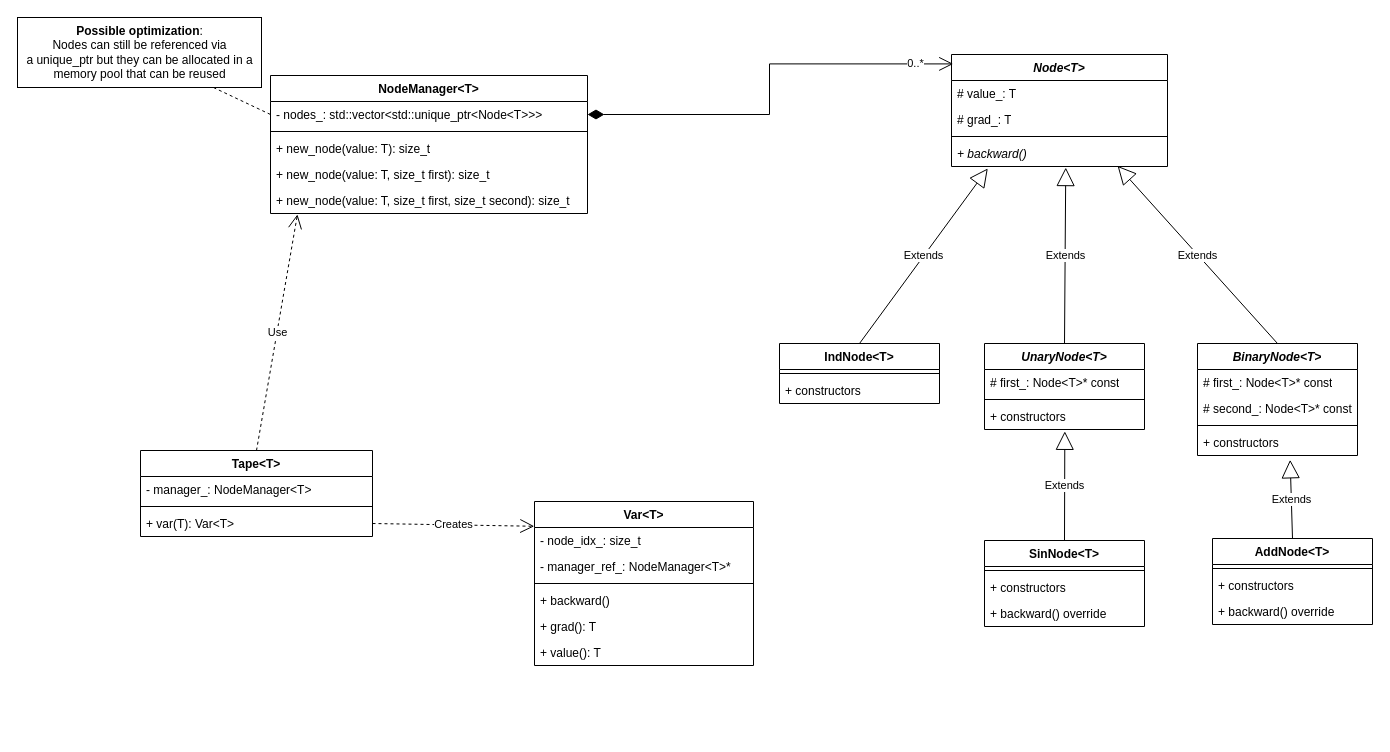
This is docs/autodiff_reverse_main.drawio from giusgal/autodiff, a draw.io file, before an edit. Source tidied: cells renumbered, new cells numbered last; positions are measured from the earlier drawing's top-left corner, leaving out a move shared by most shapes. Both pictures are drawn from the tidied source at 100%, with x=0, y=0 at pixel (17, 17).
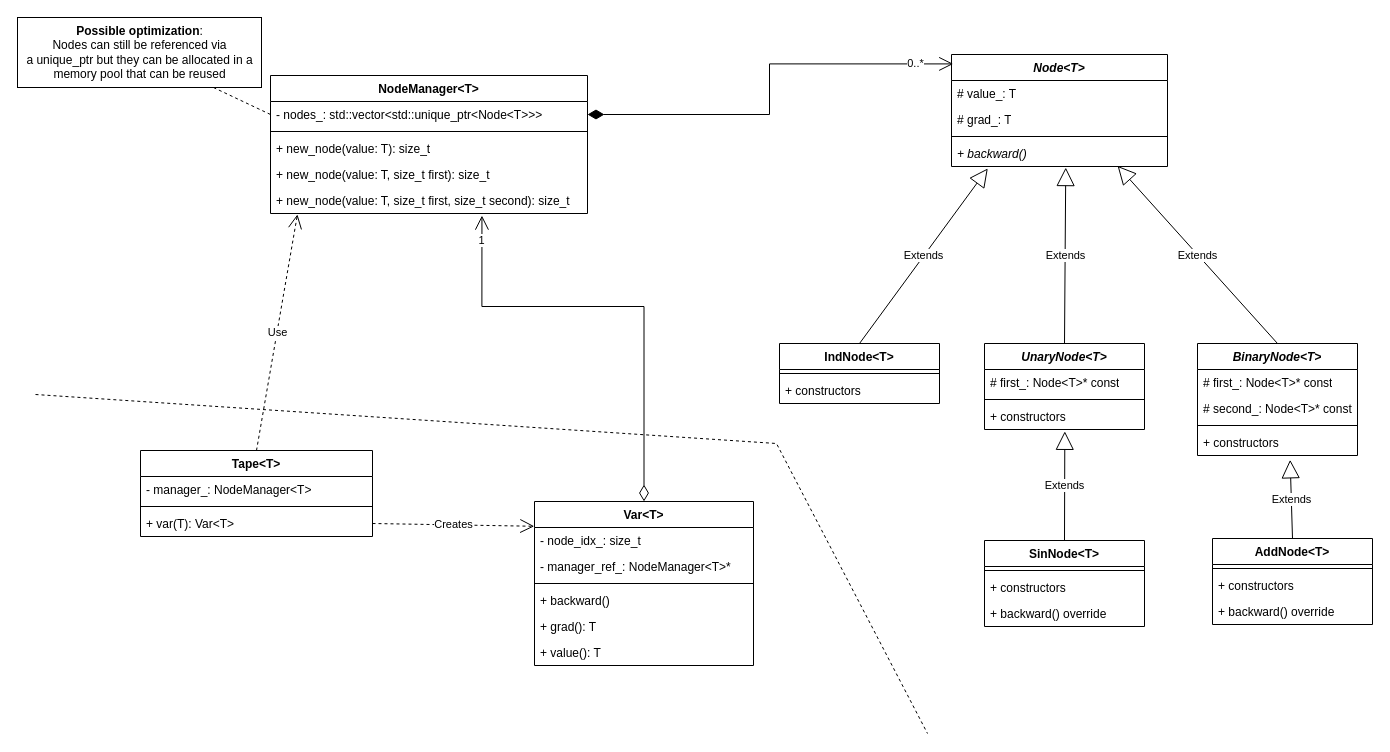
Above is the later version.

Unchanged cells that the change refers to:
```xml
<mxCell id="18" value="+ new_node(value: T, size_t first, size_t second): size_t" style="text;strokeColor=none;fillColor=none;align=left;verticalAlign=top;spacingLeft=4;spacingRight=4;overflow=hidden;points=[[0,0.5],[1,0.5]];portConstraint=eastwest;whiteSpace=wrap;html=1;" parent="13" vertex="1">
  <mxGeometry y="112" width="317" height="26" as="geometry" />
</mxCell>
<mxCell id="47" value="Var&amp;lt;T&amp;gt;" style="swimlane;fontStyle=1;align=center;verticalAlign=top;horizontal=1;startSize=26;whiteSpace=wrap;html=1;" parent="1" vertex="1">
  <mxGeometry x="517" y="484" width="219" height="164" as="geometry" />
</mxCell>
```

What changed in the source:
```diff
@@
+    <mxCell id="55" style="endArrow=open;html=1;endSize=12;startArrow=diamondThin;startSize=14;startFill=0;edgeStyle=orthogonalEdgeStyle;align=left;verticalAlign=bottom;rounded=0;exitX=0.5;exitY=0;exitDx=0;exitDy=0;entryX=0.667;entryY=1.08;entryDx=0;entryDy=0;entryPerimeter=0;" parent="1" edge="1" source="47" target="18">
+      <mxGeometry x="-1" y="3" relative="1" as="geometry">
+        <Array as="points">
+          <mxPoint x="627" y="289" />
+          <mxPoint x="464" y="289" />
+        </Array>
+      </mxGeometry>
+    </mxCell>
+    <mxCell id="56" value="1" style="edgeLabel;html=1;align=center;verticalAlign=middle;" parent="55" vertex="1">
+      <mxGeometry x="0.92" relative="1" as="geometry">
+        <mxPoint x="-1" y="6" as="offset" />
+      </mxGeometry>
+    </mxCell>
+    <mxCell id="57" style="endArrow=none;dashed=1;html=1;rounded=0;" parent="1" edge="1">
+      <mxGeometry relative="1" as="geometry">
+        <mxPoint x="18" y="377" as="sourcePoint" />
+        <mxPoint x="910" y="716" as="targetPoint" />
+        <Array as="points">
+          <mxPoint x="759" y="426" />
+        </Array>
+      </mxGeometry>
+    </mxCell>
```
